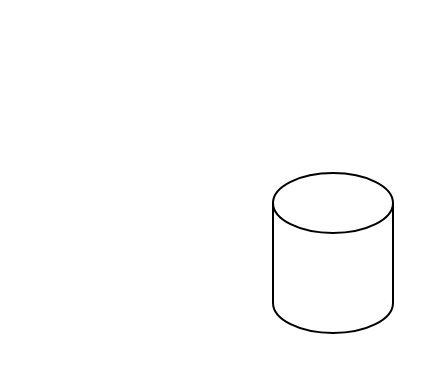
Above: testfolder/Untitled Diagram.drawio in cheeyang/drawio-diagrams (draw.io), before the change. Source tidied: cells renumbered, new cells numbered last; positions are measured from the earlier drawing's top-left corner, leaving out a move shared by most shapes. Both pictures are drawn from the tidied source at 200%, with x=0, y=0 at pixel (272, 172).
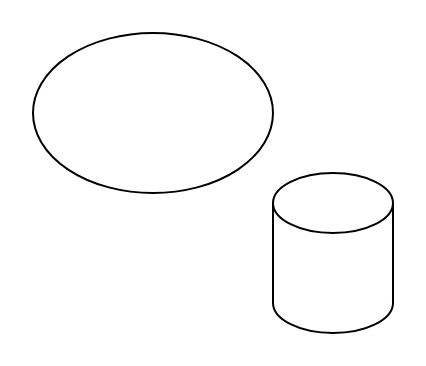
After the change.

The edit, as a diff of the source:
```diff
@@
 <mxGraphModel>
   <root>
     <mxCell id="0" />
     <mxCell id="1" parent="0" />
     <mxCell id="2" style="shape=cylinder3;whiteSpace=wrap;html=1;boundedLbl=1;backgroundOutline=1;size=15;" parent="1" vertex="1">
       <mxGeometry width="60" height="80" as="geometry" />
     </mxCell>
+    <mxCell id="3" style="ellipse;whiteSpace=wrap;html=1;" parent="1" vertex="1">
+      <mxGeometry x="-120" y="-70" width="120" height="80" as="geometry" />
+    </mxCell>
   </root>
 </mxGraphModel>
```
